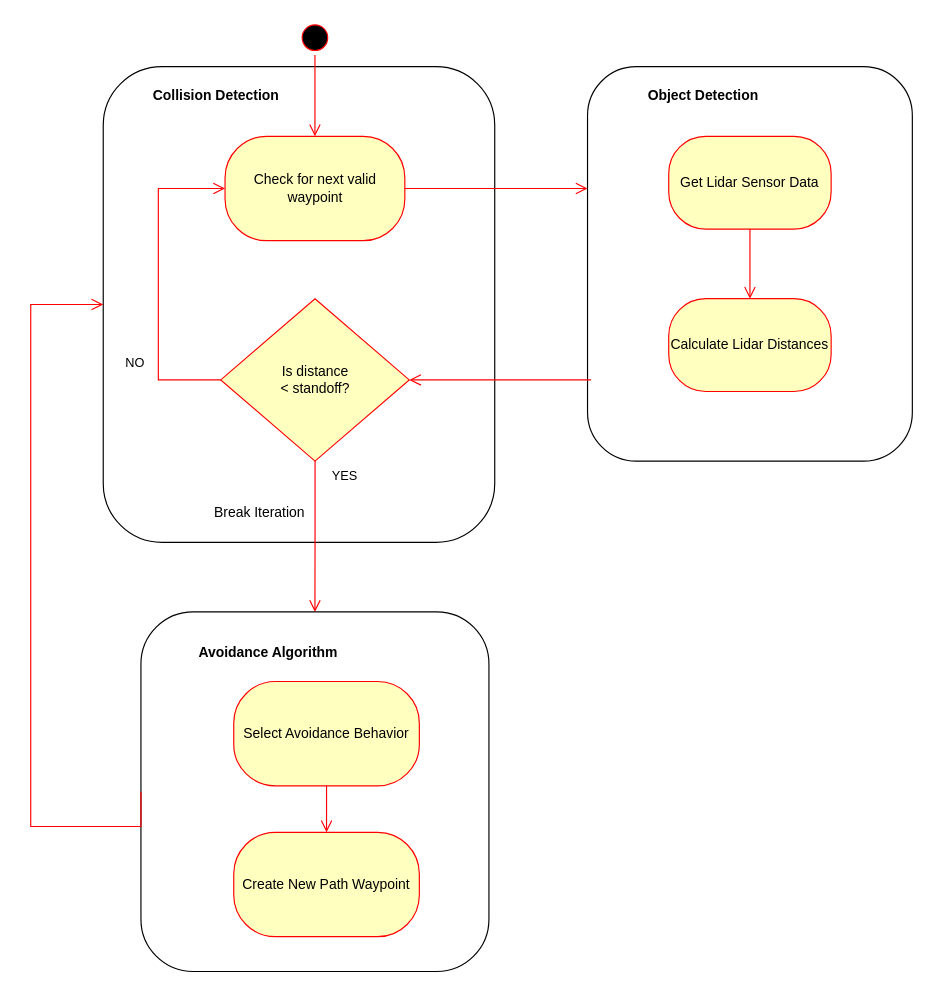
Before: SDD/CollisionAvoidanceSystemStatechart.drawio in mead-d/Modeling-Unmanned-Aerial-Swarms-Using-Unreal-Game-Engine-and-AirSim-Simulator, a draw.io diagram. Source tidied: cells renumbered, new cells numbered last; positions are measured from the earlier drawing's top-left corner, leaving out a move shared by most shapes. Both pictures are drawn from the tidied source at 116%, with x=0, y=0 at pixel (30, 20).
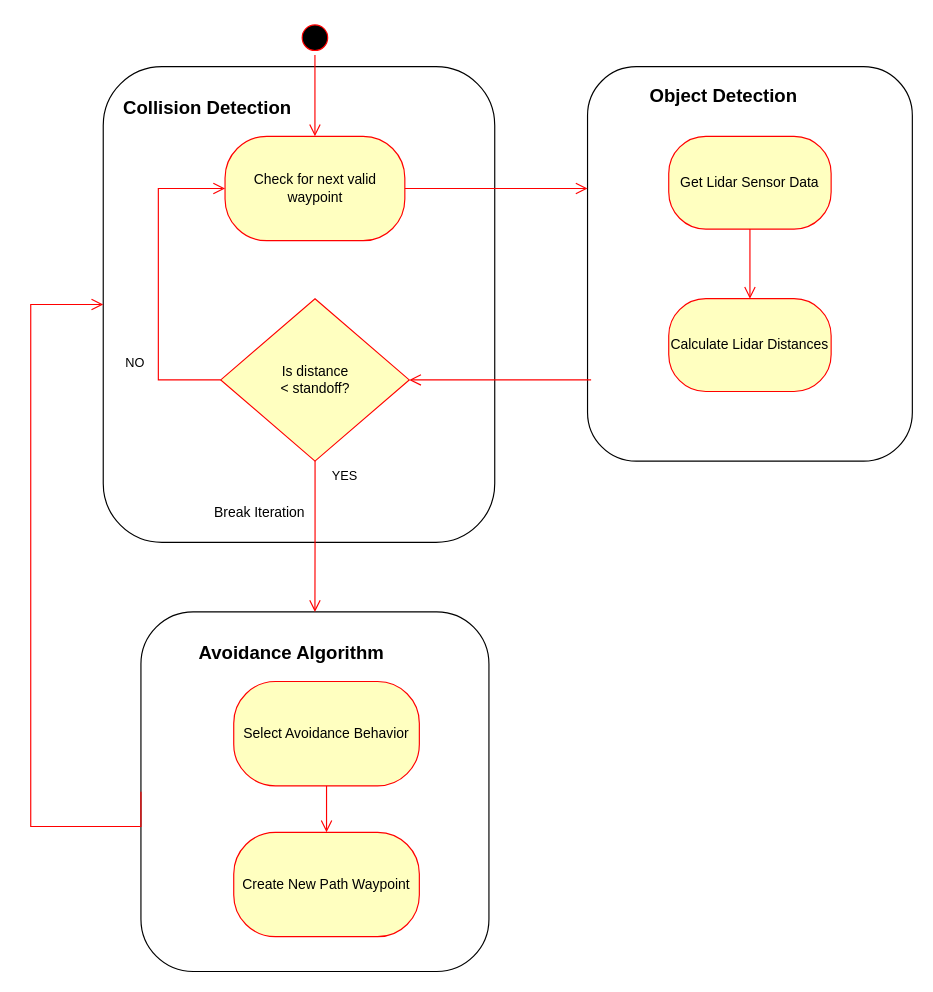
The same diagram, later.

The edit, as a diff of the source:
```diff
@@
-    <mxCell id="11" value="&lt;b&gt;Object Detection&lt;/b&gt;" style="text;html=1;strokeColor=none;fillColor=none;align=center;verticalAlign=middle;whiteSpace=wrap;rounded=0;" parent="1" vertex="1">
-      <mxGeometry x="520" y="50" width="120" height="30" as="geometry" />
+    <mxCell id="11" value="&lt;font style=&quot;font-size: 16px&quot;&gt;&lt;b&gt;Object Detection&lt;/b&gt;&lt;/font&gt;" style="text;html=1;strokeColor=none;fillColor=none;align=center;verticalAlign=middle;whiteSpace=wrap;rounded=0;" parent="1" vertex="1">
+      <mxGeometry x="520" y="50" width="155" height="30" as="geometry" />
     </mxCell>
-    <mxCell id="12" value="&lt;b&gt;Collision Detection&lt;/b&gt;" style="text;html=1;strokeColor=none;fillColor=none;align=center;verticalAlign=middle;whiteSpace=wrap;rounded=0;" parent="1" vertex="1">
-      <mxGeometry x="90" y="50" width="140" height="30" as="geometry" />
+    <mxCell id="12" value="&lt;font style=&quot;font-size: 16px&quot;&gt;&lt;b&gt;Collision Detection&lt;/b&gt;&lt;/font&gt;" style="text;html=1;strokeColor=none;fillColor=none;align=center;verticalAlign=middle;whiteSpace=wrap;rounded=0;" parent="1" vertex="1">
+      <mxGeometry x="75" y="60" width="155" height="30" as="geometry" />
     </mxCell>
-    <mxCell id="13" value="&lt;b&gt;Avoidance Algorithm&lt;/b&gt;" style="text;html=1;strokeColor=none;fillColor=none;align=center;verticalAlign=middle;whiteSpace=wrap;rounded=0;" parent="1" vertex="1">
-      <mxGeometry x="135" y="530" width="140" height="30" as="geometry" />
+    <mxCell id="13" value="&lt;font style=&quot;font-size: 16px&quot;&gt;&lt;b&gt;Avoidance Algorithm&lt;/b&gt;&lt;/font&gt;" style="text;html=1;strokeColor=none;fillColor=none;align=center;verticalAlign=middle;whiteSpace=wrap;rounded=0;" parent="1" vertex="1">
+      <mxGeometry x="135" y="530" width="180" height="30" as="geometry" />
     </mxCell>
```
